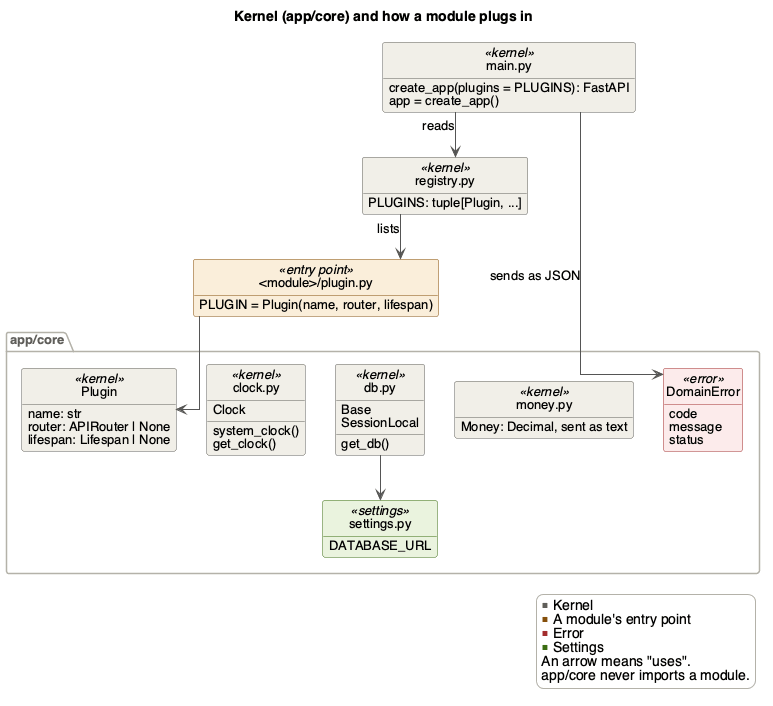
Before: docs/Design/SoftArchitecture/figures/core.png, a diagram exported from PlantUML (davislenover/BurnNEarn).
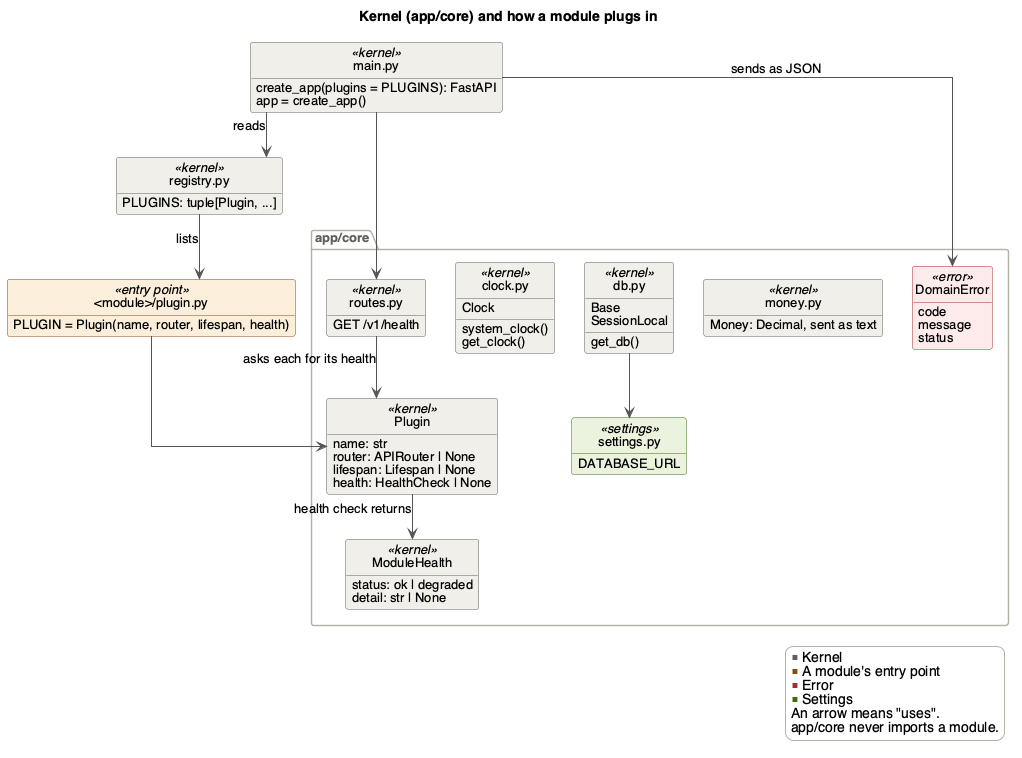
After the commit.

The edit, as a diff of the source:
```diff
@@ -10,7 +10,7 @@
   PLUGINS: tuple[Plugin, ...]
 }
 class "<module>/plugin.py" as modplugin <<entry point>> {
-  PLUGIN = Plugin(name, router, lifespan)
+  PLUGIN = Plugin(name, router, lifespan, health)
 }
 
 package "app/core" {
@@ -18,6 +18,14 @@
     name: str
     router: APIRouter | None
     lifespan: Lifespan | None
+    health: HealthCheck | None
+  }
+  class ModuleHealth <<kernel>> {
+    status: ok | degraded
+    detail: str | None
+  }
+  class "routes.py" as routes <<kernel>> {
+    GET /v1/health
   }
   class "clock.py" as clock <<kernel>> {
     Clock
@@ -43,8 +51,11 @@
 }
 
 main --> registry : reads
+main --> routes
 registry --> modplugin : lists
 modplugin --> Plugin
+Plugin --> ModuleHealth : health check returns
+routes --> Plugin : asks each for its health
 main --> DomainError : sends as JSON
 db --> settings
 
```
